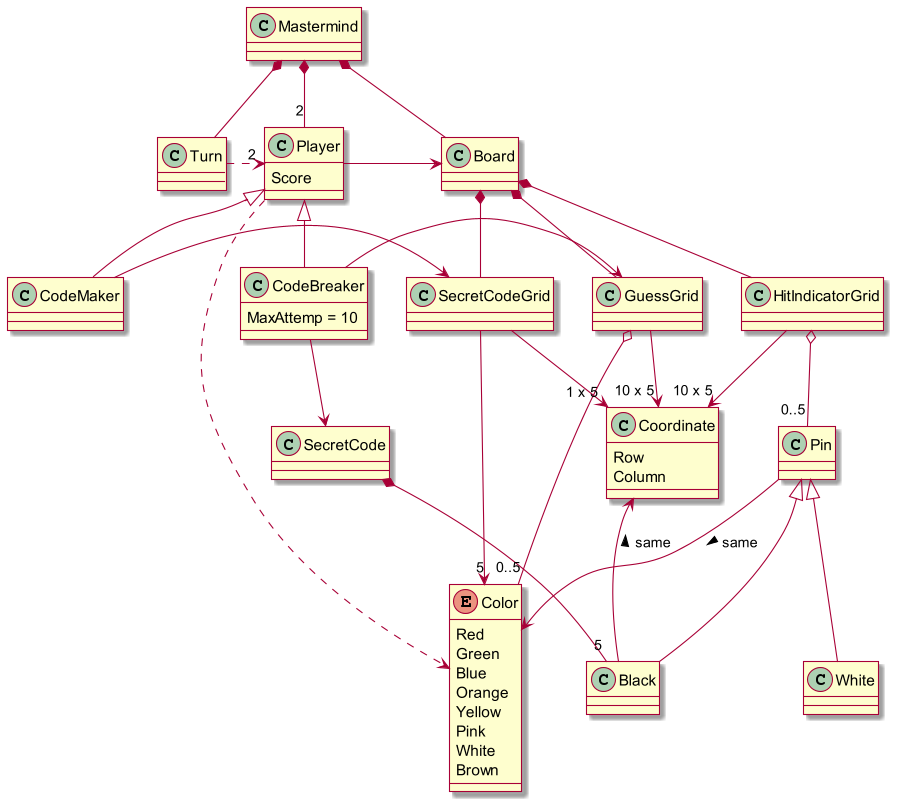
ferbarret/Modelado keeps this PlantUML diagram as MastermindDomainModel.png. Above is the earlier version.
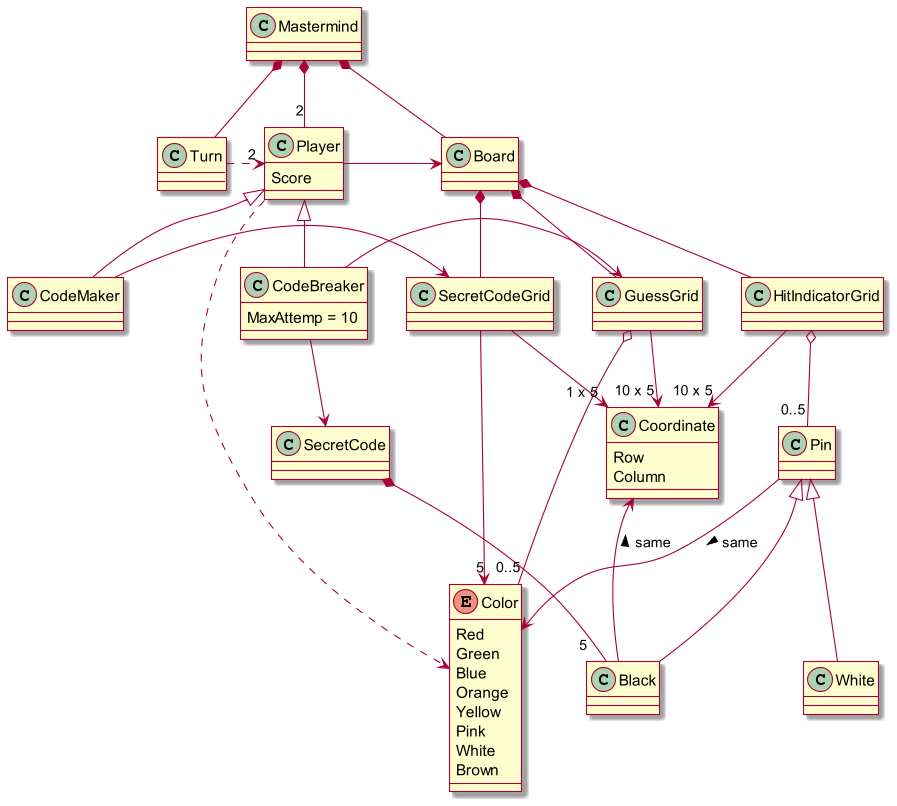
After the change.

What changed in the source:
```diff
@@ -34,7 +34,7 @@
 CodeBreaker -right-> GuessGrid
 
 CodeBreaker --> SecretCode
-SecretCode *-down- "5" Black
+SecretCode *-down- "5   " Black
 
 Board *-down- GuessGrid
 Board *-down- SecretCodeGrid
```
